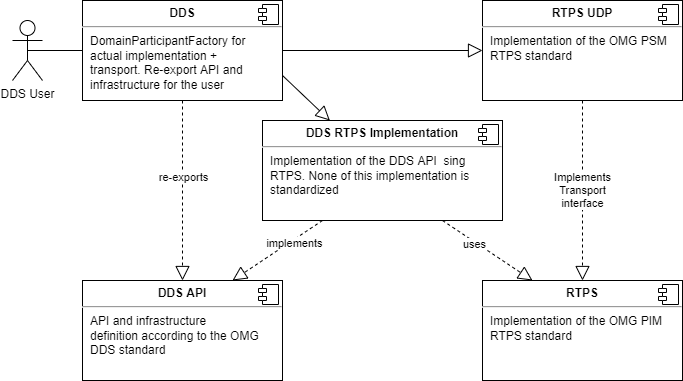
The draw.io diagram component_architecture.drawio.png in s2e-systems/dust-dds, before a commit. Source tidied: cells renumbered, new cells last; positions are measured from the earlier drawing's top-left corner, leaving out a move shared by most shapes. The source it was exported from:
```xml
<mxGraphModel>
  <root>
    <mxCell id="0" />
    <mxCell id="1" parent="0" />
    <mxCell id="2" style="edgeStyle=none;rounded=0;jettySize=auto;html=1;exitX=0;exitY=0.5;exitDx=0;exitDy=0;entryX=0.5;entryY=0.5;entryDx=0;entryDy=0;entryPerimeter=0;endArrow=none;endFill=0;" parent="1" edge="1" source="10" target="3">
      <mxGeometry relative="1" as="geometry" />
    </mxCell>
    <mxCell id="3" value="DDS User" style="shape=umlActor;verticalLabelPosition=bottom;verticalAlign=top;html=1;outlineConnect=0;fillColor=#FFFFFF;" parent="1" vertex="1">
      <mxGeometry y="20" width="30" height="60" as="geometry" />
    </mxCell>
    <mxCell id="4" style="edgeStyle=orthogonalEdgeStyle;rounded=0;jettySize=auto;html=1;dashed=1;endArrow=block;endFill=0;endSize=12;" parent="1" edge="1" source="10" target="6">
      <mxGeometry relative="1" as="geometry" />
    </mxCell>
    <mxCell id="5" value="re-exports" style="edgeLabel;html=1;align=center;verticalAlign=middle;" parent="4" vertex="1">
      <mxGeometry x="-0.16" relative="1" as="geometry" />
    </mxCell>
    <mxCell id="6" value="&lt;p style=&quot;margin: 0px ; margin-top: 6px ; text-align: center&quot;&gt;&lt;b&gt;DDS API&lt;/b&gt;&lt;/p&gt;&lt;hr&gt;&lt;p style=&quot;margin: 0px ; margin-left: 8px&quot;&gt;&lt;span&gt;API and infrastructure definition&amp;nbsp;&lt;/span&gt;&lt;span&gt;according to the OMG DDS standard&lt;/span&gt;&lt;br&gt;&lt;/p&gt;" style="align=left;overflow=fill;html=1;fillColor=none;whiteSpace=wrap;" parent="1" vertex="1">
      <mxGeometry x="70" y="280" width="200" height="100" as="geometry" />
    </mxCell>
    <mxCell id="7" style="shape=component;jettyWidth=8;jettyHeight=4;fillColor=none;" parent="6" vertex="1">
      <mxGeometry x="1" width="20" height="20" relative="1" as="geometry">
        <mxPoint x="-24" y="4" as="offset" />
      </mxGeometry>
    </mxCell>
    <mxCell id="8" style="edgeStyle=orthogonalEdgeStyle;rounded=0;jettySize=auto;html=1;endArrow=block;endFill=0;endSize=12;" parent="1" edge="1" source="10" target="13">
      <mxGeometry relative="1" as="geometry" />
    </mxCell>
    <mxCell id="9" style="rounded=0;jettySize=auto;html=1;endArrow=block;endFill=0;endSize=12;exitX=1;exitY=0.75;exitDx=0;exitDy=0;" parent="1" edge="1" source="10" target="21">
      <mxGeometry relative="1" as="geometry" />
    </mxCell>
    <mxCell id="10" value="&lt;p style=&quot;margin: 0px ; margin-top: 6px ; text-align: center&quot;&gt;&lt;b&gt;DDS&lt;/b&gt;&lt;/p&gt;&lt;hr&gt;&lt;p style=&quot;margin: 0px ; margin-left: 8px&quot;&gt;DomainParticipantFactory for actual&amp;nbsp;&lt;span&gt;implementation + transport.&amp;nbsp;&lt;/span&gt;&lt;span&gt;Re-export API and infrastructure&amp;nbsp;&lt;/span&gt;&lt;span&gt;for the user&lt;/span&gt;&lt;/p&gt;" style="align=left;overflow=fill;html=1;fillColor=none;whiteSpace=wrap;" parent="1" vertex="1">
      <mxGeometry x="70" width="200" height="100" as="geometry" />
    </mxCell>
    <mxCell id="11" style="shape=component;jettyWidth=8;jettyHeight=4;fillColor=none;" parent="10" vertex="1">
      <mxGeometry x="1" width="20" height="20" relative="1" as="geometry">
        <mxPoint x="-24" y="4" as="offset" />
      </mxGeometry>
    </mxCell>
    <mxCell id="12" value="Implements&#10;Transport&#10;interface" style="edgeStyle=orthogonalEdgeStyle;rounded=0;jettySize=auto;html=1;dashed=1;endArrow=block;endFill=0;endSize=12;" parent="1" edge="1" source="13" target="15">
      <mxGeometry relative="1" as="geometry" />
    </mxCell>
    <mxCell id="13" value="&lt;p style=&quot;margin: 0px ; margin-top: 6px ; text-align: center&quot;&gt;&lt;b&gt;RTPS UDP&lt;/b&gt;&lt;/p&gt;&lt;hr&gt;&lt;p style=&quot;margin: 0px ; margin-left: 8px&quot;&gt;Implementation of the OMG&amp;nbsp;&lt;span&gt;PSM RTPS standard&lt;/span&gt;&lt;/p&gt;" style="align=left;overflow=fill;html=1;fillColor=none;whiteSpace=wrap;" parent="1" vertex="1">
      <mxGeometry x="470" width="200" height="100" as="geometry" />
    </mxCell>
    <mxCell id="14" style="shape=component;jettyWidth=8;jettyHeight=4;fillColor=none;" parent="13" vertex="1">
      <mxGeometry x="1" width="20" height="20" relative="1" as="geometry">
        <mxPoint x="-24" y="4" as="offset" />
      </mxGeometry>
    </mxCell>
    <mxCell id="15" value="&lt;p style=&quot;margin: 0px ; margin-top: 6px ; text-align: center&quot;&gt;&lt;b&gt;RTPS&lt;/b&gt;&lt;/p&gt;&lt;hr&gt;&lt;p style=&quot;margin: 0px ; margin-left: 8px&quot;&gt;Implementation of the OMG&amp;nbsp;&lt;span&gt;PIM RTPS standard&lt;/span&gt;&lt;/p&gt;" style="align=left;overflow=fill;html=1;fillColor=none;whiteSpace=wrap;" parent="1" vertex="1">
      <mxGeometry x="470" y="280" width="200" height="100" as="geometry" />
    </mxCell>
    <mxCell id="16" style="shape=component;jettyWidth=8;jettyHeight=4;fillColor=none;" parent="15" vertex="1">
      <mxGeometry x="1" width="20" height="20" relative="1" as="geometry">
        <mxPoint x="-24" y="4" as="offset" />
      </mxGeometry>
    </mxCell>
    <mxCell id="17" style="edgeStyle=none;rounded=0;jettySize=auto;html=1;exitX=0.25;exitY=1;exitDx=0;exitDy=0;entryX=0.75;entryY=0;entryDx=0;entryDy=0;endArrow=block;endFill=0;endSize=12;dashed=1;" parent="1" edge="1" source="21" target="6">
      <mxGeometry relative="1" as="geometry" />
    </mxCell>
    <mxCell id="18" value="implements" style="edgeLabel;html=1;align=center;verticalAlign=middle;" parent="17" vertex="1">
      <mxGeometry x="-0.34" y="3" relative="1" as="geometry" />
    </mxCell>
    <mxCell id="19" style="edgeStyle=none;rounded=0;jettySize=auto;html=1;exitX=0.75;exitY=1;exitDx=0;exitDy=0;entryX=0.25;entryY=0;entryDx=0;entryDy=0;dashed=1;endArrow=block;endFill=0;endSize=12;" parent="1" edge="1" source="21" target="15">
      <mxGeometry relative="1" as="geometry" />
    </mxCell>
    <mxCell id="20" value="uses" style="edgeLabel;html=1;align=center;verticalAlign=middle;" parent="19" vertex="1">
      <mxGeometry x="-0.29" y="-2" relative="1" as="geometry" />
    </mxCell>
    <mxCell id="21" value="&lt;p style=&quot;margin: 0px ; margin-top: 6px ; text-align: center&quot;&gt;&lt;b&gt;DDS RTPS Implementation&lt;/b&gt;&lt;/p&gt;&lt;hr&gt;&lt;p style=&quot;margin: 0px ; margin-left: 8px&quot;&gt;Implementation of the DDS API&amp;nbsp; sing RTPS.&amp;nbsp;&lt;span&gt;None of this implementation is standardized&lt;/span&gt;&lt;/p&gt;" style="align=left;overflow=fill;html=1;fillColor=none;whiteSpace=wrap;" parent="1" vertex="1">
      <mxGeometry x="250" y="120" width="240" height="100" as="geometry" />
    </mxCell>
    <mxCell id="22" style="shape=component;jettyWidth=8;jettyHeight=4;fillColor=none;" parent="21" vertex="1">
      <mxGeometry x="1" width="20" height="20" relative="1" as="geometry">
        <mxPoint x="-24" y="4" as="offset" />
      </mxGeometry>
    </mxCell>
  </root>
</mxGraphModel>
```
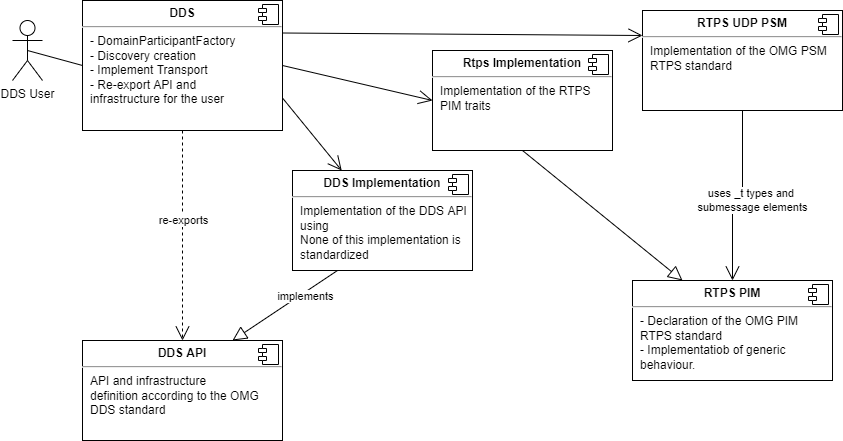
Above is the later version.

Commit message:
update component diagram

The edit, as a diff of the source:
```diff
@@ -8,72 +8,80 @@
     <mxCell id="3" value="DDS User" style="shape=umlActor;verticalLabelPosition=bottom;verticalAlign=top;html=1;outlineConnect=0;fillColor=#FFFFFF;" parent="1" vertex="1">
       <mxGeometry y="20" width="30" height="60" as="geometry" />
     </mxCell>
-    <mxCell id="4" style="edgeStyle=orthogonalEdgeStyle;rounded=0;jettySize=auto;html=1;dashed=1;endArrow=block;endFill=0;endSize=12;" parent="1" edge="1" source="10" target="6">
+    <mxCell id="4" style="edgeStyle=orthogonalEdgeStyle;rounded=0;jettySize=auto;html=1;dashed=1;endArrow=open;endFill=0;endSize=12;" parent="1" edge="1" source="10" target="6">
       <mxGeometry relative="1" as="geometry" />
     </mxCell>
     <mxCell id="5" value="re-exports" style="edgeLabel;html=1;align=center;verticalAlign=middle;" parent="4" vertex="1">
       <mxGeometry x="-0.16" relative="1" as="geometry" />
     </mxCell>
     <mxCell id="6" value="&lt;p style=&quot;margin: 0px ; margin-top: 6px ; text-align: center&quot;&gt;&lt;b&gt;DDS API&lt;/b&gt;&lt;/p&gt;&lt;hr&gt;&lt;p style=&quot;margin: 0px ; margin-left: 8px&quot;&gt;&lt;span&gt;API and infrastructure definition&amp;nbsp;&lt;/span&gt;&lt;span&gt;according to the OMG DDS standard&lt;/span&gt;&lt;br&gt;&lt;/p&gt;" style="align=left;overflow=fill;html=1;fillColor=none;whiteSpace=wrap;" parent="1" vertex="1">
-      <mxGeometry x="70" y="280" width="200" height="100" as="geometry" />
+      <mxGeometry x="70" y="340" width="200" height="100" as="geometry" />
     </mxCell>
     <mxCell id="7" style="shape=component;jettyWidth=8;jettyHeight=4;fillColor=none;" parent="6" vertex="1">
       <mxGeometry x="1" width="20" height="20" relative="1" as="geometry">
         <mxPoint x="-24" y="4" as="offset" />
       </mxGeometry>
     </mxCell>
-    <mxCell id="8" style="edgeStyle=orthogonalEdgeStyle;rounded=0;jettySize=auto;html=1;endArrow=block;endFill=0;endSize=12;" parent="1" edge="1" source="10" target="13">
+    <mxCell id="8" style="rounded=0;jettySize=auto;html=1;endArrow=open;endFill=0;endSize=12;exitX=1;exitY=0.25;exitDx=0;exitDy=0;entryX=0;entryY=0.25;entryDx=0;entryDy=0;" parent="1" edge="1" source="10" target="13">
       <mxGeometry relative="1" as="geometry" />
     </mxCell>
-    <mxCell id="9" style="rounded=0;jettySize=auto;html=1;endArrow=block;endFill=0;endSize=12;exitX=1;exitY=0.75;exitDx=0;exitDy=0;" parent="1" edge="1" source="10" target="21">
+    <mxCell id="9" style="rounded=0;jettySize=auto;html=1;endArrow=open;endFill=0;endSize=12;exitX=1;exitY=0.75;exitDx=0;exitDy=0;" parent="1" edge="1" source="10" target="21">
       <mxGeometry relative="1" as="geometry" />
     </mxCell>
+    <mxCell id="23" style="edgeStyle=none;rounded=0;jettySize=auto;html=1;exitX=1;exitY=0.5;exitDx=0;exitDy=0;entryX=0;entryY=0.5;entryDx=0;entryDy=0;endArrow=open;endFill=0;endSize=12;" parent="1" edge="1" source="10" target="24">
+      <mxGeometry relative="1" as="geometry" />
+    </mxCell>
-    <mxCell id="10" value="&lt;p style=&quot;margin: 0px ; margin-top: 6px ; text-align: center&quot;&gt;&lt;b&gt;DDS&lt;/b&gt;&lt;/p&gt;&lt;hr&gt;&lt;p style=&quot;margin: 0px ; margin-left: 8px&quot;&gt;DomainParticipantFactory for actual&amp;nbsp;&lt;span&gt;implementation + transport.&amp;nbsp;&lt;/span&gt;&lt;span&gt;Re-export API and infrastructure&amp;nbsp;&lt;/span&gt;&lt;span&gt;for the user&lt;/span&gt;&lt;/p&gt;" style="align=left;overflow=fill;html=1;fillColor=none;whiteSpace=wrap;" parent="1" vertex="1">
-      <mxGeometry x="70" width="200" height="100" as="geometry" />
+    <mxCell id="10" value="&lt;p style=&quot;margin: 0px ; margin-top: 6px ; text-align: center&quot;&gt;&lt;b&gt;DDS&lt;/b&gt;&lt;/p&gt;&lt;hr&gt;&lt;p style=&quot;margin: 0px ; margin-left: 8px&quot;&gt;- DomainParticipantFactory&amp;nbsp;&lt;/p&gt;&lt;p style=&quot;margin: 0px ; margin-left: 8px&quot;&gt;- Discovery creation&lt;/p&gt;&lt;p style=&quot;margin: 0px ; margin-left: 8px&quot;&gt;&lt;span&gt;- Implement Transport&lt;/span&gt;&lt;/p&gt;&lt;p style=&quot;margin: 0px ; margin-left: 8px&quot;&gt;&lt;span&gt;- Re-export API and infrastructure&amp;nbsp;&lt;/span&gt;&lt;span&gt;for the user&lt;/span&gt;&lt;/p&gt;" style="align=left;overflow=fill;html=1;fillColor=none;whiteSpace=wrap;" parent="1" vertex="1">
+      <mxGeometry x="70" width="200" height="130" as="geometry" />
     </mxCell>
     <mxCell id="11" style="shape=component;jettyWidth=8;jettyHeight=4;fillColor=none;" parent="10" vertex="1">
       <mxGeometry x="1" width="20" height="20" relative="1" as="geometry">
         <mxPoint x="-24" y="4" as="offset" />
       </mxGeometry>
     </mxCell>
-    <mxCell id="12" value="Implements&#10;Transport&#10;interface" style="edgeStyle=orthogonalEdgeStyle;rounded=0;jettySize=auto;html=1;dashed=1;endArrow=block;endFill=0;endSize=12;" parent="1" edge="1" source="13" target="15">
-      <mxGeometry relative="1" as="geometry" />
+    <mxCell id="12" value="uses _t types and &lt;br&gt;submessage elements" style="edgeStyle=orthogonalEdgeStyle;rounded=0;jettySize=auto;html=1;endArrow=open;endFill=0;endSize=12;" parent="1" edge="1" source="13" target="15">
+      <mxGeometry x="0.11" y="20" relative="1" as="geometry" />
     </mxCell>
-    <mxCell id="13" value="&lt;p style=&quot;margin: 0px ; margin-top: 6px ; text-align: center&quot;&gt;&lt;b&gt;RTPS UDP&lt;/b&gt;&lt;/p&gt;&lt;hr&gt;&lt;p style=&quot;margin: 0px ; margin-left: 8px&quot;&gt;Implementation of the OMG&amp;nbsp;&lt;span&gt;PSM RTPS standard&lt;/span&gt;&lt;/p&gt;" style="align=left;overflow=fill;html=1;fillColor=none;whiteSpace=wrap;" parent="1" vertex="1">
-      <mxGeometry x="470" width="200" height="100" as="geometry" />
+    <mxCell id="13" value="&lt;p style=&quot;margin: 0px ; margin-top: 6px ; text-align: center&quot;&gt;&lt;b&gt;RTPS UDP PSM&lt;/b&gt;&lt;/p&gt;&lt;hr&gt;&lt;p style=&quot;margin: 0px ; margin-left: 8px&quot;&gt;Implementation of the OMG&amp;nbsp;&lt;span&gt;PSM RTPS standard&lt;/span&gt;&lt;/p&gt;" style="align=left;overflow=fill;html=1;fillColor=none;whiteSpace=wrap;" parent="1" vertex="1">
+      <mxGeometry x="630" y="10" width="200" height="100" as="geometry" />
     </mxCell>
     <mxCell id="14" style="shape=component;jettyWidth=8;jettyHeight=4;fillColor=none;" parent="13" vertex="1">
       <mxGeometry x="1" width="20" height="20" relative="1" as="geometry">
         <mxPoint x="-24" y="4" as="offset" />
       </mxGeometry>
     </mxCell>
-    <mxCell id="15" value="&lt;p style=&quot;margin: 0px ; margin-top: 6px ; text-align: center&quot;&gt;&lt;b&gt;RTPS&lt;/b&gt;&lt;/p&gt;&lt;hr&gt;&lt;p style=&quot;margin: 0px ; margin-left: 8px&quot;&gt;Implementation of the OMG&amp;nbsp;&lt;span&gt;PIM RTPS standard&lt;/span&gt;&lt;/p&gt;" style="align=left;overflow=fill;html=1;fillColor=none;whiteSpace=wrap;" parent="1" vertex="1">
-      <mxGeometry x="470" y="280" width="200" height="100" as="geometry" />
+    <mxCell id="15" value="&lt;p style=&quot;margin: 0px ; margin-top: 6px ; text-align: center&quot;&gt;&lt;b&gt;RTPS PIM&lt;/b&gt;&lt;/p&gt;&lt;hr&gt;&lt;p style=&quot;margin: 0px ; margin-left: 8px&quot;&gt;- Declaration of the OMG&amp;nbsp;&lt;span&gt;PIM RTPS standard&lt;/span&gt;&lt;/p&gt;&lt;p style=&quot;margin: 0px ; margin-left: 8px&quot;&gt;&lt;span&gt;- Implementatiob of generic behaviour.&lt;/span&gt;&lt;/p&gt;" style="align=left;overflow=fill;html=1;fillColor=none;whiteSpace=wrap;" parent="1" vertex="1">
+      <mxGeometry x="620" y="280" width="200" height="100" as="geometry" />
     </mxCell>
     <mxCell id="16" style="shape=component;jettyWidth=8;jettyHeight=4;fillColor=none;" parent="15" vertex="1">
       <mxGeometry x="1" width="20" height="20" relative="1" as="geometry">
         <mxPoint x="-24" y="4" as="offset" />
       </mxGeometry>
     </mxCell>
-    <mxCell id="17" style="edgeStyle=none;rounded=0;jettySize=auto;html=1;exitX=0.25;exitY=1;exitDx=0;exitDy=0;entryX=0.75;entryY=0;entryDx=0;entryDy=0;endArrow=block;endFill=0;endSize=12;dashed=1;" parent="1" edge="1" source="21" target="6">
+    <mxCell id="17" style="edgeStyle=none;rounded=0;jettySize=auto;html=1;exitX=0.25;exitY=1;exitDx=0;exitDy=0;entryX=0.75;entryY=0;entryDx=0;entryDy=0;endArrow=block;endFill=0;endSize=12;" parent="1" edge="1" source="21" target="6">
       <mxGeometry relative="1" as="geometry" />
     </mxCell>
     <mxCell id="18" value="implements" style="edgeLabel;html=1;align=center;verticalAlign=middle;" parent="17" vertex="1">
       <mxGeometry x="-0.34" y="3" relative="1" as="geometry" />
     </mxCell>
-    <mxCell id="19" style="edgeStyle=none;rounded=0;jettySize=auto;html=1;exitX=0.75;exitY=1;exitDx=0;exitDy=0;entryX=0.25;entryY=0;entryDx=0;entryDy=0;dashed=1;endArrow=block;endFill=0;endSize=12;" parent="1" edge="1" source="21" target="15">
+    <mxCell id="19" style="edgeStyle=none;rounded=0;jettySize=auto;html=1;exitX=0.5;exitY=1;exitDx=0;exitDy=0;entryX=0.25;entryY=0;entryDx=0;entryDy=0;endArrow=block;endFill=0;endSize=12;" parent="1" edge="1" source="24" target="15">
       <mxGeometry relative="1" as="geometry" />
     </mxCell>
-    <mxCell id="20" value="uses" style="edgeLabel;html=1;align=center;verticalAlign=middle;" parent="19" vertex="1">
-      <mxGeometry x="-0.29" y="-2" relative="1" as="geometry" />
-    </mxCell>
-    <mxCell id="21" value="&lt;p style=&quot;margin: 0px ; margin-top: 6px ; text-align: center&quot;&gt;&lt;b&gt;DDS RTPS Implementation&lt;/b&gt;&lt;/p&gt;&lt;hr&gt;&lt;p style=&quot;margin: 0px ; margin-left: 8px&quot;&gt;Implementation of the DDS API&amp;nbsp; sing RTPS.&amp;nbsp;&lt;span&gt;None of this implementation is standardized&lt;/span&gt;&lt;/p&gt;" style="align=left;overflow=fill;html=1;fillColor=none;whiteSpace=wrap;" parent="1" vertex="1">
-      <mxGeometry x="250" y="120" width="240" height="100" as="geometry" />
+    <mxCell id="21" value="&lt;p style=&quot;margin: 0px ; margin-top: 6px ; text-align: center&quot;&gt;&lt;b&gt;DDS Implementation&lt;/b&gt;&lt;/p&gt;&lt;hr&gt;&lt;p style=&quot;margin: 0px ; margin-left: 8px&quot;&gt;Implementation of the DDS API using&amp;nbsp; &amp;nbsp;&lt;/p&gt;&lt;p style=&quot;margin: 0px ; margin-left: 8px&quot;&gt;&lt;span&gt;None of this implementation is standardized&lt;/span&gt;&lt;/p&gt;" style="align=left;overflow=fill;html=1;fillColor=none;whiteSpace=wrap;" parent="1" vertex="1">
+      <mxGeometry x="280" y="170" width="180" height="100" as="geometry" />
     </mxCell>
     <mxCell id="22" style="shape=component;jettyWidth=8;jettyHeight=4;fillColor=none;" parent="21" vertex="1">
       <mxGeometry x="1" width="20" height="20" relative="1" as="geometry">
         <mxPoint x="-24" y="4" as="offset" />
       </mxGeometry>
     </mxCell>
+    <mxCell id="24" value="&lt;p style=&quot;margin: 0px ; margin-top: 6px ; text-align: center&quot;&gt;&lt;b&gt;Rtps Implementation&lt;/b&gt;&lt;/p&gt;&lt;hr&gt;&lt;p style=&quot;margin: 0px ; margin-left: 8px&quot;&gt;Implementation of the RTPS PIM traits&lt;/p&gt;" style="align=left;overflow=fill;html=1;fillColor=none;whiteSpace=wrap;" parent="1" vertex="1">
+      <mxGeometry x="420" y="50" width="180" height="100" as="geometry" />
+    </mxCell>
+    <mxCell id="25" style="shape=component;jettyWidth=8;jettyHeight=4;fillColor=none;" parent="24" vertex="1">
+      <mxGeometry x="1" width="20" height="20" relative="1" as="geometry">
+        <mxPoint x="-24" y="4" as="offset" />
+      </mxGeometry>
+    </mxCell>
   </root>
 </mxGraphModel>
```
